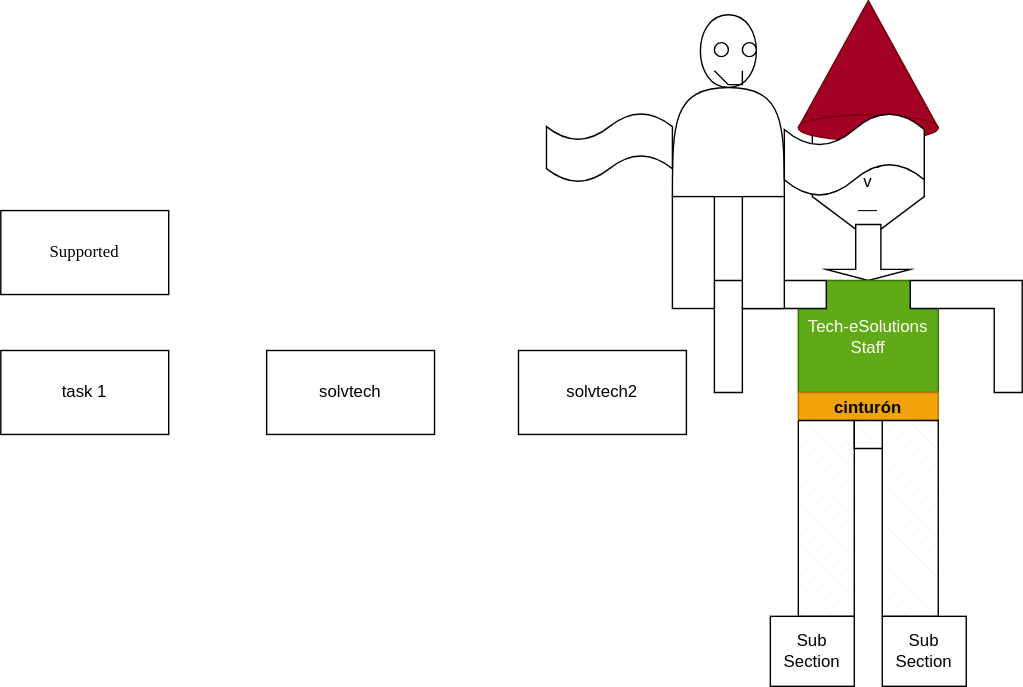
Before: systems_analysis/eva2/crear-env-vars-gitbash-windows.drawio.svg, a diagram exported from draw.io (cdvelop/aiep). Source tidied: cells renumbered, new cells last; positions are measured from the earlier drawing's top-left corner, leaving out a move shared by most shapes. Its diagram source:
```xml
<mxGraphModel>
  <root>
    <mxCell id="0" />
    <mxCell id="1" parent="0" />
    <mxCell id="2" value="&lt;div&gt;solvtech&lt;/div&gt;" style="rounded=0;whiteSpace=wrap;html=1;" parent="1" vertex="1">
      <mxGeometry x="190" y="250" width="120" height="60" as="geometry" />
    </mxCell>
    <mxCell id="3" value="task 1" style="rounded=0;whiteSpace=wrap;html=1;" parent="1" vertex="1">
      <mxGeometry y="250" width="120" height="60" as="geometry" />
    </mxCell>
    <mxCell id="4" value="solvtech2" style="rounded=0;whiteSpace=wrap;html=1;" parent="1" vertex="1">
      <mxGeometry x="370" y="250" width="120" height="60" as="geometry" />
    </mxCell>
    <mxCell id="5" value="&lt;div&gt;O O&lt;/div&gt;&lt;div&gt;v&lt;/div&gt;&lt;div&gt;__&lt;/div&gt;" style="shape=offPageConnector;whiteSpace=wrap;html=1;" parent="1" vertex="1">
      <mxGeometry x="580" y="90" width="80" height="80" as="geometry" />
    </mxCell>
    <mxCell id="6" style="shape=singleArrow;direction=south;whiteSpace=wrap;html=1;" parent="1" vertex="1">
      <mxGeometry x="590" y="160" width="60" height="40" as="geometry" />
    </mxCell>
    <mxCell id="7" value="&lt;div&gt;Tech-eSolutions&lt;/div&gt;&lt;div&gt;Staff&lt;/div&gt;" style="shape=loopLimit;whiteSpace=wrap;html=1;fillColor=#60a917;fontColor=#ffffff;strokeColor=#2D7600;" parent="1" vertex="1">
      <mxGeometry x="570" y="200" width="100" height="80" as="geometry" />
    </mxCell>
    <mxCell id="8" style="shape=corner;whiteSpace=wrap;html=1;" parent="1" vertex="1">
      <mxGeometry x="510" y="200" width="80" height="80" as="geometry" />
    </mxCell>
    <mxCell id="9" style="shape=corner;whiteSpace=wrap;html=1;rotation=90;" parent="1" vertex="1">
      <mxGeometry x="650" y="200" width="80" height="80" as="geometry" />
    </mxCell>
    <mxCell id="10" value="cinturón" style="swimlane;startSize=23;fillColor=#f0a30a;fontColor=#000000;strokeColor=#BD7000;" parent="1" vertex="1">
      <mxGeometry x="570" y="280" width="100" height="20" as="geometry" />
    </mxCell>
    <mxCell id="11" style="verticalLabelPosition=bottom;verticalAlign=top;html=1;shape=mxgraph.basic.cone;fillColor=light-dark(#A20025,#FF2906);fontColor=#ffffff;strokeColor=#6F0000;" parent="1" vertex="1">
      <mxGeometry x="570" width="100" height="100" as="geometry" />
    </mxCell>
    <mxCell id="12" style="verticalLabelPosition=bottom;verticalAlign=top;html=1;shape=mxgraph.basic.patternFillRect;fillStyle=diagRev;step=5;fillStrokeWidth=0.2;fillStrokeColor=#dddddd;" parent="1" vertex="1">
      <mxGeometry x="570" y="300" width="40" height="140" as="geometry" />
    </mxCell>
    <mxCell id="13" style="verticalLabelPosition=bottom;verticalAlign=top;html=1;shape=mxgraph.basic.patternFillRect;fillStyle=diagRev;step=5;fillStrokeWidth=0.2;fillStrokeColor=#dddddd;" parent="1" vertex="1">
      <mxGeometry x="630" y="300" width="40" height="140" as="geometry" />
    </mxCell>
    <mxCell id="14" style="verticalLabelPosition=bottom;verticalAlign=top;html=1;shape=mxgraph.basic.patternFillRect;fillStyle=diagRev;step=5;fillStrokeWidth=0.2;fillStrokeColor=#dddddd;" parent="1" vertex="1">
      <mxGeometry x="610" y="300" width="20" height="20" as="geometry" />
    </mxCell>
    <mxCell id="15" value="Sub Section" style="whiteSpace=wrap;html=1;align=center;verticalAlign=middle;" parent="1" vertex="1">
      <mxGeometry x="550" y="440" width="60" height="50" as="geometry" />
    </mxCell>
    <mxCell id="16" value="Sub Section" style="whiteSpace=wrap;html=1;align=center;verticalAlign=middle;" parent="1" vertex="1">
      <mxGeometry x="630" y="440" width="60" height="50" as="geometry" />
    </mxCell>
    <mxCell id="17" value="&lt;font face=&quot;Garamond&quot;&gt;Supported&lt;/font&gt;" style="rounded=0;whiteSpace=wrap;html=1;" parent="1" vertex="1">
      <mxGeometry y="150" width="120" height="60" as="geometry" />
    </mxCell>
    <mxCell id="18" style="shape=actor;whiteSpace=wrap;html=1;" parent="1" vertex="1">
      <mxGeometry x="480" y="10" width="80" height="130" as="geometry" />
    </mxCell>
    <mxCell id="19" style="rounded=0;whiteSpace=wrap;html=1;" parent="1" vertex="1">
      <mxGeometry x="480" y="140" width="30" height="80" as="geometry" />
    </mxCell>
    <mxCell id="20" style="rounded=0;whiteSpace=wrap;html=1;" parent="1" vertex="1">
      <mxGeometry x="530" y="140" width="30" height="80" as="geometry" />
    </mxCell>
    <mxCell id="21" style="shape=tape;whiteSpace=wrap;html=1;" parent="1" vertex="1">
      <mxGeometry x="390" y="80" width="90" height="50" as="geometry" />
    </mxCell>
    <mxCell id="22" style="shape=tape;whiteSpace=wrap;html=1;" parent="1" vertex="1">
      <mxGeometry x="560" y="80" width="100" height="60" as="geometry" />
    </mxCell>
    <mxCell id="23" style="ellipse;whiteSpace=wrap;html=1;" parent="1" vertex="1">
      <mxGeometry x="510" y="30" width="10" height="10" as="geometry" />
    </mxCell>
    <mxCell id="24" style="ellipse;whiteSpace=wrap;html=1;" parent="1" vertex="1">
      <mxGeometry x="530" y="30" width="10" height="10" as="geometry" />
    </mxCell>
    <mxCell id="25" style="endArrow=none;html=1;rounded=0;" parent="1" edge="1">
      <mxGeometry relative="1" as="geometry">
        <mxPoint x="510" y="50" as="sourcePoint" />
        <mxPoint x="530" y="50" as="targetPoint" />
        <Array as="points">
          <mxPoint x="520" y="60" />
          <mxPoint x="530" y="60" />
        </Array>
      </mxGeometry>
    </mxCell>
  </root>
</mxGraphModel>
```
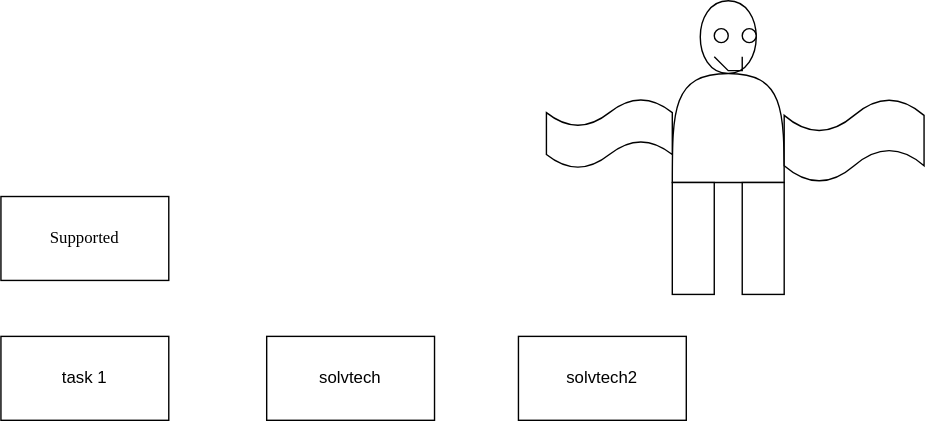
The same diagram one commit later.

What changed in the source:
```diff
@@ -11,42 +11,6 @@
     <mxCell id="4" value="solvtech2" style="rounded=0;whiteSpace=wrap;html=1;" parent="1" vertex="1">
       <mxGeometry x="370" y="250" width="120" height="60" as="geometry" />
     </mxCell>
-    <mxCell id="5" value="&lt;div&gt;O O&lt;/div&gt;&lt;div&gt;v&lt;/div&gt;&lt;div&gt;__&lt;/div&gt;" style="shape=offPageConnector;whiteSpace=wrap;html=1;" parent="1" vertex="1">
-      <mxGeometry x="580" y="90" width="80" height="80" as="geometry" />
-    </mxCell>
-    <mxCell id="6" style="shape=singleArrow;direction=south;whiteSpace=wrap;html=1;" parent="1" vertex="1">
-      <mxGeometry x="590" y="160" width="60" height="40" as="geometry" />
-    </mxCell>
-    <mxCell id="7" value="&lt;div&gt;Tech-eSolutions&lt;/div&gt;&lt;div&gt;Staff&lt;/div&gt;" style="shape=loopLimit;whiteSpace=wrap;html=1;fillColor=#60a917;fontColor=#ffffff;strokeColor=#2D7600;" parent="1" vertex="1">
-      <mxGeometry x="570" y="200" width="100" height="80" as="geometry" />
-    </mxCell>
-    <mxCell id="8" style="shape=corner;whiteSpace=wrap;html=1;" parent="1" vertex="1">
-      <mxGeometry x="510" y="200" width="80" height="80" as="geometry" />
-    </mxCell>
-    <mxCell id="9" style="shape=corner;whiteSpace=wrap;html=1;rotation=90;" parent="1" vertex="1">
-      <mxGeometry x="650" y="200" width="80" height="80" as="geometry" />
-    </mxCell>
-    <mxCell id="10" value="cinturón" style="swimlane;startSize=23;fillColor=#f0a30a;fontColor=#000000;strokeColor=#BD7000;" parent="1" vertex="1">
-      <mxGeometry x="570" y="280" width="100" height="20" as="geometry" />
-    </mxCell>
-    <mxCell id="11" style="verticalLabelPosition=bottom;verticalAlign=top;html=1;shape=mxgraph.basic.cone;fillColor=light-dark(#A20025,#FF2906);fontColor=#ffffff;strokeColor=#6F0000;" parent="1" vertex="1">
-      <mxGeometry x="570" width="100" height="100" as="geometry" />
-    </mxCell>
-    <mxCell id="12" style="verticalLabelPosition=bottom;verticalAlign=top;html=1;shape=mxgraph.basic.patternFillRect;fillStyle=diagRev;step=5;fillStrokeWidth=0.2;fillStrokeColor=#dddddd;" parent="1" vertex="1">
-      <mxGeometry x="570" y="300" width="40" height="140" as="geometry" />
-    </mxCell>
-    <mxCell id="13" style="verticalLabelPosition=bottom;verticalAlign=top;html=1;shape=mxgraph.basic.patternFillRect;fillStyle=diagRev;step=5;fillStrokeWidth=0.2;fillStrokeColor=#dddddd;" parent="1" vertex="1">
-      <mxGeometry x="630" y="300" width="40" height="140" as="geometry" />
-    </mxCell>
-    <mxCell id="14" style="verticalLabelPosition=bottom;verticalAlign=top;html=1;shape=mxgraph.basic.patternFillRect;fillStyle=diagRev;step=5;fillStrokeWidth=0.2;fillStrokeColor=#dddddd;" parent="1" vertex="1">
-      <mxGeometry x="610" y="300" width="20" height="20" as="geometry" />
-    </mxCell>
-    <mxCell id="15" value="Sub Section" style="whiteSpace=wrap;html=1;align=center;verticalAlign=middle;" parent="1" vertex="1">
-      <mxGeometry x="550" y="440" width="60" height="50" as="geometry" />
-    </mxCell>
-    <mxCell id="16" value="Sub Section" style="whiteSpace=wrap;html=1;align=center;verticalAlign=middle;" parent="1" vertex="1">
-      <mxGeometry x="630" y="440" width="60" height="50" as="geometry" />
-    </mxCell>
     <mxCell id="17" value="&lt;font face=&quot;Garamond&quot;&gt;Supported&lt;/font&gt;" style="rounded=0;whiteSpace=wrap;html=1;" parent="1" vertex="1">
       <mxGeometry y="150" width="120" height="60" as="geometry" />
     </mxCell>
```
